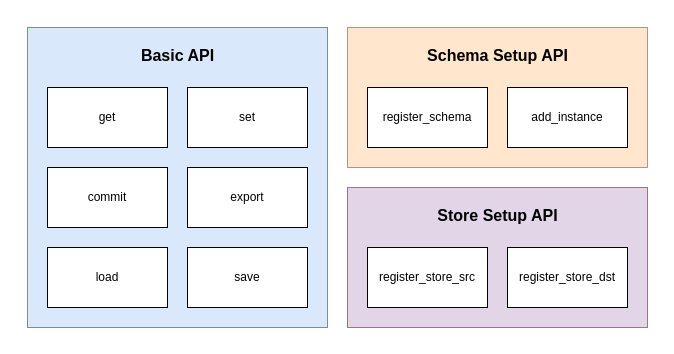
Earlier version of the draw.io diagram doc/drawio/api/api_structure.drawio (LasseRosenow/riot-runtime-config). Source tidied: cells renumbered, new cells numbered last; positions are measured from the earlier drawing's top-left corner, leaving out a move shared by most shapes. Both pictures are drawn from the tidied source at 100%, with x=0, y=0 at pixel (27, 27).
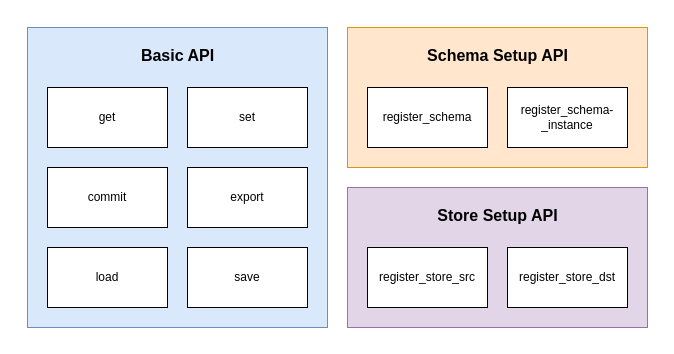
The same page after the edit.

What changed in the source:
```diff
@@
 <mxGraphModel background="#ffffff">
   <root>
     <mxCell id="0" />
     <mxCell id="1" parent="0" />
+    <mxCell id="15" style="rounded=0;whiteSpace=wrap;html=1;strokeColor=none;" parent="1" vertex="1">
+      <mxGeometry x="-10" y="-10" width="640" height="320" as="geometry" />
+    </mxCell>
     <mxCell id="2" value="&lt;b&gt;&lt;font style=&quot;font-size: 16px ; line-height: 2.8&quot;&gt;Basic API&lt;/font&gt;&lt;/b&gt;" style="html=1;verticalAlign=top;fillColor=#dae8fc;strokeColor=#6c8ebf;" parent="1" vertex="1">
       <mxGeometry width="300" height="300" as="geometry" />
     </mxCell>
     <mxCell id="3" value="&lt;b&gt;&lt;font style=&quot;font-size: 16px ; line-height: 2.8&quot;&gt;Schema Setup API&lt;/font&gt;&lt;/b&gt;" style="html=1;verticalAlign=top;fillColor=#ffe6cc;strokeColor=#d79b00;" parent="1" vertex="1">
       <mxGeometry x="320" width="300" height="140" as="geometry" />
     </mxCell>
     <mxCell id="4" value="get" style="rounded=0;whiteSpace=wrap;html=1;" parent="1" vertex="1">
       <mxGeometry x="20" y="60" width="120" height="60" as="geometry" />
     </mxCell>
     <mxCell id="5" value="set" style="rounded=0;whiteSpace=wrap;html=1;" parent="1" vertex="1">
       <mxGeometry x="160" y="60" width="120" height="60" as="geometry" />
     </mxCell>
     <mxCell id="6" value="commit" style="rounded=0;whiteSpace=wrap;html=1;" parent="1" vertex="1">
       <mxGeometry x="20" y="140" width="120" height="60" as="geometry" />
     </mxCell>
     <mxCell id="7" value="export" style="rounded=0;whiteSpace=wrap;html=1;" parent="1" vertex="1">
       <mxGeometry x="160" y="140" width="120" height="60" as="geometry" />
     </mxCell>
     <mxCell id="8" value="load" style="rounded=0;whiteSpace=wrap;html=1;" parent="1" vertex="1">
       <mxGeometry x="20" y="220" width="120" height="60" as="geometry" />
     </mxCell>
     <mxCell id="9" value="save" style="rounded=0;whiteSpace=wrap;html=1;" parent="1" vertex="1">
       <mxGeometry x="160" y="220" width="120" height="60" as="geometry" />
     </mxCell>
     <mxCell id="10" value="register_schema" style="rounded=0;whiteSpace=wrap;html=1;" parent="1" vertex="1">
       <mxGeometry x="340" y="60" width="120" height="60" as="geometry" />
     </mxCell>
-    <mxCell id="11" value="add_instance" style="rounded=0;whiteSpace=wrap;html=1;" parent="1" vertex="1">
+    <mxCell id="11" value="register_schema-&lt;br&gt;_instance" style="rounded=0;whiteSpace=wrap;html=1;" parent="1" vertex="1">
       <mxGeometry x="480" y="60" width="120" height="60" as="geometry" />
     </mxCell>
     <mxCell id="12" value="&lt;b&gt;&lt;font style=&quot;font-size: 16px ; line-height: 2.8&quot;&gt;Store Setup API&lt;/font&gt;&lt;/b&gt;" style="html=1;verticalAlign=top;fillColor=#e1d5e7;strokeColor=#9673a6;" parent="1" vertex="1">
       <mxGeometry x="320" y="160" width="300" height="140" as="geometry" />
     </mxCell>
     <mxCell id="13" value="register_store_src" style="rounded=0;whiteSpace=wrap;html=1;" parent="1" vertex="1">
       <mxGeometry x="340" y="220" width="120" height="60" as="geometry" />
     </mxCell>
     <mxCell id="14" value="register_store_dst" style="rounded=0;whiteSpace=wrap;html=1;" parent="1" vertex="1">
       <mxGeometry x="480" y="220" width="120" height="60" as="geometry" />
     </mxCell>
   </root>
 </mxGraphModel>
```
